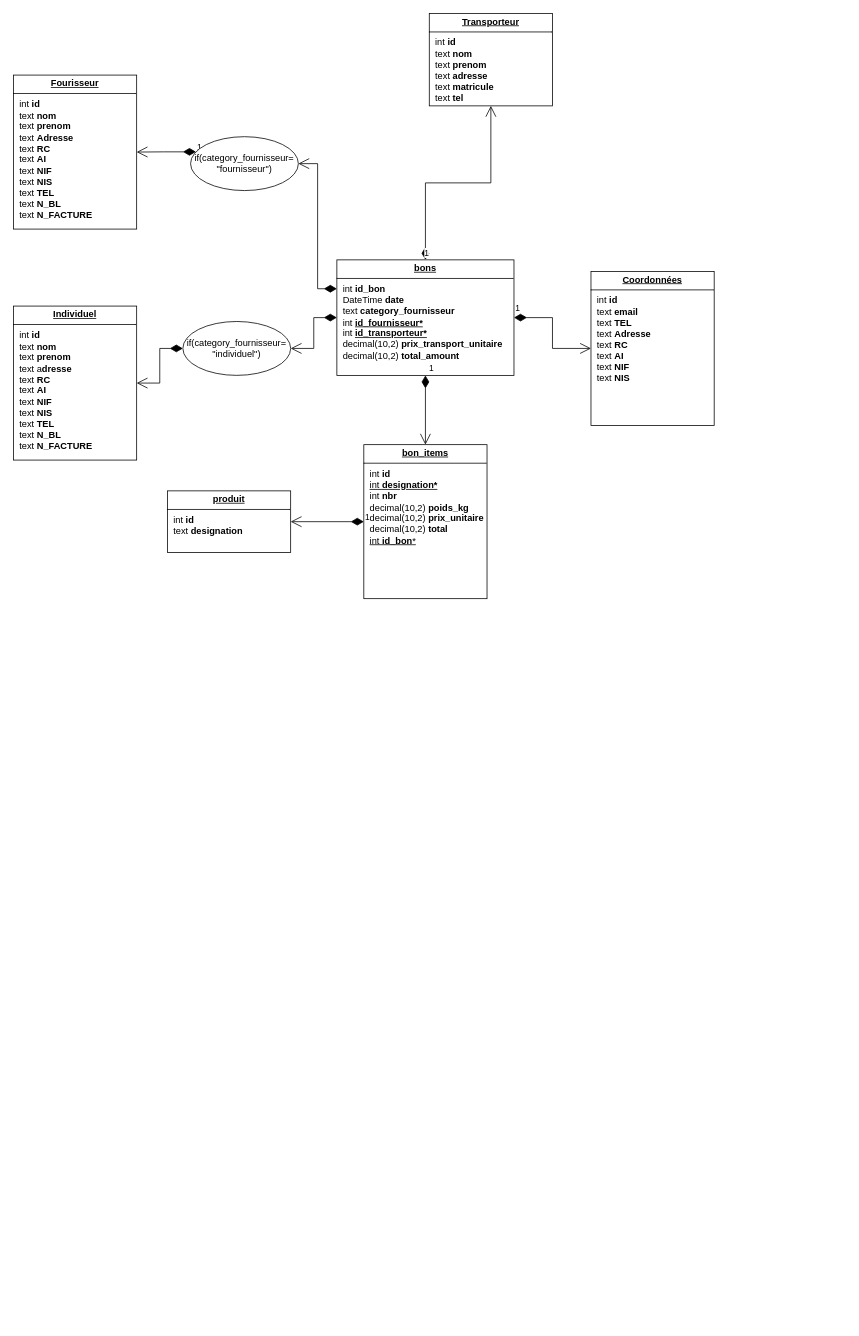
Above: models/stock_it_uml.drawio in RyanAmmarKhodja/StockIt-2 (draw.io), before the change. Source tidied: cells renumbered, new cells numbered last; positions are measured from the earlier drawing's top-left corner, leaving out a move shared by most shapes. Both pictures are drawn from the tidied source at 77%, with x=0, y=0 at pixel (13, 13).
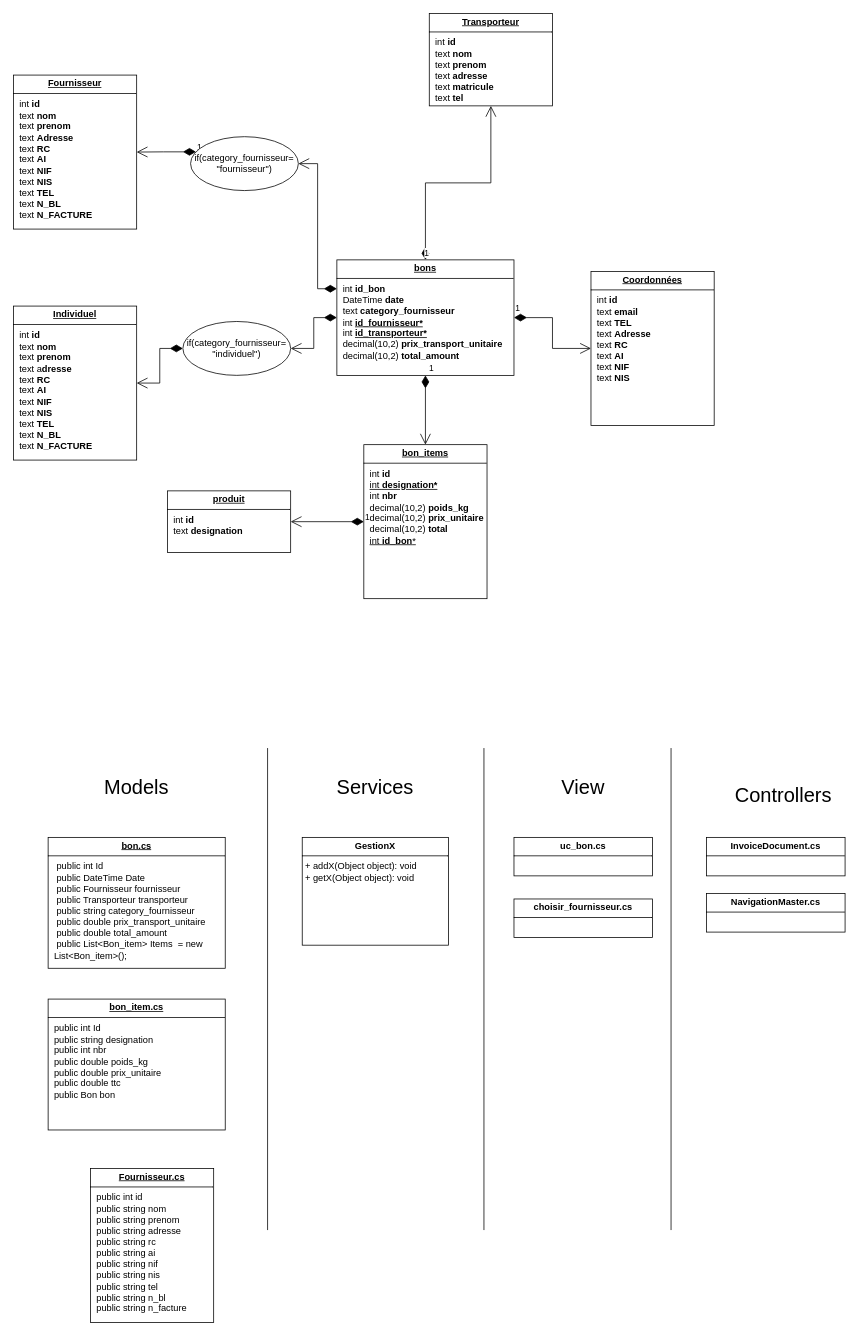
Above is the later version.

The edit, as a diff of the source:
```diff
@@
-    <mxCell id="11" value="&lt;p style=&quot;margin:0px;margin-top:4px;text-align:center;text-decoration:underline;&quot;&gt;&lt;b&gt;Fourisseur&lt;/b&gt;&lt;/p&gt;&lt;hr size=&quot;1&quot; style=&quot;border-style:solid;&quot;&gt;&lt;p style=&quot;margin:0px;margin-left:8px;&quot;&gt;int &lt;b&gt;id&lt;/b&gt;&lt;/p&gt;&lt;p style=&quot;margin:0px;margin-left:8px;&quot;&gt;text &lt;b&gt;nom&lt;/b&gt;&lt;/p&gt;&lt;p style=&quot;margin:0px;margin-left:8px;&quot;&gt;text &lt;b&gt;prenom&lt;/b&gt;&lt;/p&gt;&lt;p style=&quot;margin:0px;margin-left:8px;&quot;&gt;text &lt;b&gt;Adresse&lt;/b&gt;&lt;/p&gt;&lt;p style=&quot;margin:0px;margin-left:8px;&quot;&gt;text &lt;b&gt;RC&lt;/b&gt;&lt;/p&gt;&lt;p style=&quot;margin:0px;margin-left:8px;&quot;&gt;text &lt;b&gt;AI&lt;/b&gt;&lt;/p&gt;&lt;p style=&quot;margin:0px;margin-left:8px;&quot;&gt;text &lt;b&gt;NIF&lt;/b&gt;&lt;/p&gt;&lt;p style=&quot;margin:0px;margin-left:8px;&quot;&gt;text &lt;b&gt;NIS&lt;/b&gt;&lt;/p&gt;&lt;p style=&quot;margin:0px;margin-left:8px;&quot;&gt;text &lt;b&gt;TEL&lt;/b&gt;&lt;/p&gt;&lt;p style=&quot;margin:0px;margin-left:8px;&quot;&gt;text &lt;b&gt;N_BL&lt;/b&gt;&lt;/p&gt;&lt;p style=&quot;margin:0px;margin-left:8px;&quot;&gt;text &lt;b&gt;N_FACTURE&lt;/b&gt;&lt;/p&gt;&lt;p style=&quot;margin:0px;margin-left:8px;&quot;&gt;&lt;br&gt;&lt;/p&gt;" style="verticalAlign=top;align=left;overflow=fill;html=1;whiteSpace=wrap;" parent="1" vertex="1">
+    <mxCell id="11" value="&lt;p style=&quot;margin:0px;margin-top:4px;text-align:center;text-decoration:underline;&quot;&gt;&lt;b&gt;Fournisseur&lt;/b&gt;&lt;/p&gt;&lt;hr size=&quot;1&quot; style=&quot;border-style:solid;&quot;&gt;&lt;p style=&quot;margin:0px;margin-left:8px;&quot;&gt;int &lt;b&gt;id&lt;/b&gt;&lt;/p&gt;&lt;p style=&quot;margin:0px;margin-left:8px;&quot;&gt;text &lt;b&gt;nom&lt;/b&gt;&lt;/p&gt;&lt;p style=&quot;margin:0px;margin-left:8px;&quot;&gt;text &lt;b&gt;prenom&lt;/b&gt;&lt;/p&gt;&lt;p style=&quot;margin:0px;margin-left:8px;&quot;&gt;text &lt;b&gt;Adresse&lt;/b&gt;&lt;/p&gt;&lt;p style=&quot;margin:0px;margin-left:8px;&quot;&gt;text &lt;b&gt;RC&lt;/b&gt;&lt;/p&gt;&lt;p style=&quot;margin:0px;margin-left:8px;&quot;&gt;text &lt;b&gt;AI&lt;/b&gt;&lt;/p&gt;&lt;p style=&quot;margin:0px;margin-left:8px;&quot;&gt;text &lt;b&gt;NIF&lt;/b&gt;&lt;/p&gt;&lt;p style=&quot;margin:0px;margin-left:8px;&quot;&gt;text &lt;b&gt;NIS&lt;/b&gt;&lt;/p&gt;&lt;p style=&quot;margin:0px;margin-left:8px;&quot;&gt;text &lt;b&gt;TEL&lt;/b&gt;&lt;/p&gt;&lt;p style=&quot;margin:0px;margin-left:8px;&quot;&gt;text &lt;b&gt;N_BL&lt;/b&gt;&lt;/p&gt;&lt;p style=&quot;margin:0px;margin-left:8px;&quot;&gt;text &lt;b&gt;N_FACTURE&lt;/b&gt;&lt;/p&gt;&lt;p style=&quot;margin:0px;margin-left:8px;&quot;&gt;&lt;br&gt;&lt;/p&gt;" style="verticalAlign=top;align=left;overflow=fill;html=1;whiteSpace=wrap;" parent="1" vertex="1">
       <mxGeometry y="80" width="160" height="200" as="geometry" />
     </mxCell>
@@
+    <mxCell id="19" value="&lt;font style=&quot;font-size: 26px;&quot;&gt;Models&lt;/font&gt;" style="text;html=1;align=center;verticalAlign=middle;whiteSpace=wrap;rounded=0;" parent="1" vertex="1">
+      <mxGeometry x="130" y="990" width="60" height="30" as="geometry" />
+    </mxCell>
+    <mxCell id="20" value="&lt;span style=&quot;font-size: 26px;&quot;&gt;Controllers&lt;/span&gt;" style="text;html=1;align=center;verticalAlign=middle;whiteSpace=wrap;rounded=0;" parent="1" vertex="1">
+      <mxGeometry x="970" y="1000" width="60" height="30" as="geometry" />
+    </mxCell>
+    <mxCell id="21" value="&lt;font style=&quot;font-size: 26px;&quot;&gt;View&lt;/font&gt;" style="text;html=1;align=center;verticalAlign=middle;whiteSpace=wrap;rounded=0;" parent="1" vertex="1">
+      <mxGeometry x="710" y="990" width="60" height="30" as="geometry" />
+    </mxCell>
+    <mxCell id="22" value="&lt;font style=&quot;font-size: 26px;&quot;&gt;Services&lt;/font&gt;" style="text;html=1;align=center;verticalAlign=middle;whiteSpace=wrap;rounded=0;" parent="1" vertex="1">
+      <mxGeometry x="440" y="990" width="60" height="30" as="geometry" />
+    </mxCell>
+    <mxCell id="23" value="&lt;p style=&quot;margin:0px;margin-top:4px;text-align:center;text-decoration:underline;&quot;&gt;&lt;b&gt;bon.cs&lt;/b&gt;&lt;/p&gt;&lt;hr size=&quot;1&quot; style=&quot;border-style:solid;&quot;&gt;&lt;p style=&quot;margin:0px;margin-left:8px;&quot;&gt;&amp;nbsp;public int Id&amp;nbsp;&lt;/p&gt;&lt;p style=&quot;margin:0px;margin-left:8px;&quot;&gt;&amp;nbsp;public DateTime Date&amp;nbsp;&lt;/p&gt;&lt;p style=&quot;margin:0px;margin-left:8px;&quot;&gt;&amp;nbsp;public Fournisseur fournisseur&lt;/p&gt;&lt;p style=&quot;margin:0px;margin-left:8px;&quot;&gt;&amp;nbsp;public Transporteur transporteur&lt;/p&gt;&lt;p style=&quot;margin:0px;margin-left:8px;&quot;&gt;&amp;nbsp;public string category_fournisseur&lt;/p&gt;&lt;p style=&quot;margin:0px;margin-left:8px;&quot;&gt;&amp;nbsp;public double prix_transport_unitaire&lt;/p&gt;&lt;p style=&quot;margin:0px;margin-left:8px;&quot;&gt;&amp;nbsp;public double total_amount&amp;nbsp;&lt;/p&gt;&lt;p style=&quot;margin:0px;margin-left:8px;&quot;&gt;&amp;nbsp;public List&amp;lt;Bon_item&amp;gt; Items&amp;nbsp; = new List&amp;lt;Bon_item&amp;gt;();&lt;/p&gt;&lt;p style=&quot;margin:0px;margin-left:8px;&quot;&gt;&lt;br&gt;&lt;/p&gt;&lt;p style=&quot;margin:0px;margin-left:8px;&quot;&gt;&lt;br&gt;&lt;/p&gt;" style="verticalAlign=top;align=left;overflow=fill;html=1;whiteSpace=wrap;" parent="1" vertex="1">
+      <mxGeometry x="45" y="1070" width="230" height="170" as="geometry" />
+    </mxCell>
+    <mxCell id="24" value="&lt;p style=&quot;margin:0px;margin-top:4px;text-align:center;text-decoration:underline;&quot;&gt;&lt;b&gt;Fournisseur.cs&lt;/b&gt;&lt;/p&gt;&lt;hr size=&quot;1&quot; style=&quot;border-style:solid;&quot;&gt;&lt;p style=&quot;margin:0px;margin-left:8px;&quot;&gt;public int id&amp;nbsp;&lt;/p&gt;&lt;p style=&quot;margin:0px;margin-left:8px;&quot;&gt;&lt;span style=&quot;background-color: transparent; color: light-dark(rgb(0, 0, 0), rgb(255, 255, 255));&quot;&gt;public string nom&amp;nbsp;&lt;/span&gt;&lt;/p&gt;&lt;p style=&quot;margin:0px;margin-left:8px;&quot;&gt;public string prenom&amp;nbsp;&lt;/p&gt;&lt;p style=&quot;margin:0px;margin-left:8px;&quot;&gt;public string adresse&lt;/p&gt;&lt;p style=&quot;margin:0px;margin-left:8px;&quot;&gt;public string rc&amp;nbsp;&lt;/p&gt;&lt;p style=&quot;margin:0px;margin-left:8px;&quot;&gt;public string ai&amp;nbsp;&lt;/p&gt;&lt;p style=&quot;margin:0px;margin-left:8px;&quot;&gt;public string nif&lt;/p&gt;&lt;p style=&quot;margin:0px;margin-left:8px;&quot;&gt;&lt;span style=&quot;background-color: transparent; color: light-dark(rgb(0, 0, 0), rgb(255, 255, 255));&quot;&gt;public string nis&lt;/span&gt;&lt;/p&gt;&lt;p style=&quot;margin:0px;margin-left:8px;&quot;&gt;public string tel&amp;nbsp;&lt;/p&gt;&lt;p style=&quot;margin:0px;margin-left:8px;&quot;&gt;public string n_bl&amp;nbsp;&lt;/p&gt;&lt;p style=&quot;margin:0px;margin-left:8px;&quot;&gt;public string n_facture&amp;nbsp;&lt;/p&gt;" style="verticalAlign=top;align=left;overflow=fill;html=1;whiteSpace=wrap;" parent="1" vertex="1">
+      <mxGeometry x="100" y="1500" width="160" height="200" as="geometry" />
+    </mxCell>
+    <mxCell id="25" value="&lt;p style=&quot;margin:0px;margin-top:4px;text-align:center;text-decoration:underline;&quot;&gt;&lt;b&gt;bon_item.cs&lt;/b&gt;&lt;/p&gt;&lt;hr size=&quot;1&quot; style=&quot;border-style:solid;&quot;&gt;&lt;p style=&quot;margin:0px;margin-left:8px;&quot;&gt;public int Id&amp;nbsp;&lt;/p&gt;&lt;p style=&quot;margin:0px;margin-left:8px;&quot;&gt;public string designation&amp;nbsp;&lt;/p&gt;&lt;p style=&quot;margin:0px;margin-left:8px;&quot;&gt;public int nbr&lt;/p&gt;&lt;p style=&quot;margin:0px;margin-left:8px;&quot;&gt;public double poids_kg&amp;nbsp;&lt;/p&gt;&lt;p style=&quot;margin:0px;margin-left:8px;&quot;&gt;public double prix_unitaire&amp;nbsp;&lt;/p&gt;&lt;p style=&quot;margin:0px;margin-left:8px;&quot;&gt;public double ttc&amp;nbsp;&lt;/p&gt;&lt;p style=&quot;margin:0px;margin-left:8px;&quot;&gt;public Bon bon&amp;nbsp;&lt;/p&gt;&lt;p style=&quot;margin:0px;margin-left:8px;&quot;&gt;&lt;br&gt;&lt;/p&gt;&lt;p style=&quot;margin:0px;margin-left:8px;&quot;&gt;&lt;br&gt;&lt;/p&gt;" style="verticalAlign=top;align=left;overflow=fill;html=1;whiteSpace=wrap;" parent="1" vertex="1">
+      <mxGeometry x="45" y="1280" width="230" height="170" as="geometry" />
+    </mxCell>
+    <mxCell id="26" value="&lt;p style=&quot;margin:0px;margin-top:4px;text-align:center;&quot;&gt;&lt;b&gt;GestionX&lt;/b&gt;&lt;/p&gt;&lt;hr size=&quot;1&quot; style=&quot;border-style:solid;&quot;&gt;&lt;p style=&quot;margin:0px;margin-left:4px;&quot;&gt;+ addX(Object object): void&lt;br&gt;+ getX(Object object): void&lt;/p&gt;" style="verticalAlign=top;align=left;overflow=fill;html=1;whiteSpace=wrap;" parent="1" vertex="1">
+      <mxGeometry x="375" y="1070" width="190" height="140" as="geometry" />
+    </mxCell>
+    <mxCell id="27" style="line;strokeWidth=1;fillColor=none;align=left;verticalAlign=middle;spacingTop=-1;spacingLeft=3;spacingRight=3;labelPosition=right;strokeColor=inherit;direction=south;" parent="1" vertex="1">
+      <mxGeometry x="326" y="954" width="8" height="626" as="geometry" />
+    </mxCell>
+    <mxCell id="28" value="&lt;p style=&quot;margin:0px;margin-top:4px;text-align:center;&quot;&gt;&lt;b&gt;uc_bon.cs&lt;/b&gt;&lt;/p&gt;&lt;hr size=&quot;1&quot; style=&quot;border-style:solid;&quot;&gt;&lt;div style=&quot;height:2px;&quot;&gt;&lt;/div&gt;" style="verticalAlign=top;align=left;overflow=fill;html=1;whiteSpace=wrap;" parent="1" vertex="1">
+      <mxGeometry x="650" y="1070" width="180" height="50" as="geometry" />
+    </mxCell>
+    <mxCell id="29" value="&lt;p style=&quot;margin:0px;margin-top:4px;text-align:center;&quot;&gt;&lt;b&gt;choisir_fournisseur.cs&lt;/b&gt;&lt;/p&gt;&lt;hr size=&quot;1&quot; style=&quot;border-style:solid;&quot;&gt;&lt;div style=&quot;height:2px;&quot;&gt;&lt;/div&gt;" style="verticalAlign=top;align=left;overflow=fill;html=1;whiteSpace=wrap;" parent="1" vertex="1">
+      <mxGeometry x="650" y="1150" width="180" height="50" as="geometry" />
+    </mxCell>
+    <mxCell id="30" value="&lt;p style=&quot;margin:0px;margin-top:4px;text-align:center;&quot;&gt;&lt;b&gt;InvoiceDocument.cs&lt;/b&gt;&lt;/p&gt;&lt;hr size=&quot;1&quot; style=&quot;border-style:solid;&quot;&gt;&lt;div style=&quot;height:2px;&quot;&gt;&lt;/div&gt;" style="verticalAlign=top;align=left;overflow=fill;html=1;whiteSpace=wrap;" parent="1" vertex="1">
+      <mxGeometry x="900" y="1070" width="180" height="50" as="geometry" />
+    </mxCell>
+    <mxCell id="31" style="line;strokeWidth=1;fillColor=none;align=left;verticalAlign=middle;spacingTop=-1;spacingLeft=3;spacingRight=3;labelPosition=right;strokeColor=inherit;direction=south;" parent="1" vertex="1">
+      <mxGeometry x="607" y="954" width="8" height="626" as="geometry" />
+    </mxCell>
+    <mxCell id="32" style="line;strokeWidth=1;fillColor=none;align=left;verticalAlign=middle;spacingTop=-1;spacingLeft=3;spacingRight=3;labelPosition=right;strokeColor=inherit;direction=south;" parent="1" vertex="1">
+      <mxGeometry x="850" y="954" width="8" height="626" as="geometry" />
+    </mxCell>
+    <mxCell id="33" value="&lt;p style=&quot;margin:0px;margin-top:4px;text-align:center;&quot;&gt;&lt;b&gt;NavigationMaster.cs&lt;/b&gt;&lt;/p&gt;&lt;hr size=&quot;1&quot; style=&quot;border-style:solid;&quot;&gt;&lt;div style=&quot;height:2px;&quot;&gt;&lt;/div&gt;" style="verticalAlign=top;align=left;overflow=fill;html=1;whiteSpace=wrap;" parent="1" vertex="1">
+      <mxGeometry x="900" y="1143" width="180" height="50" as="geometry" />
+    </mxCell>
```
